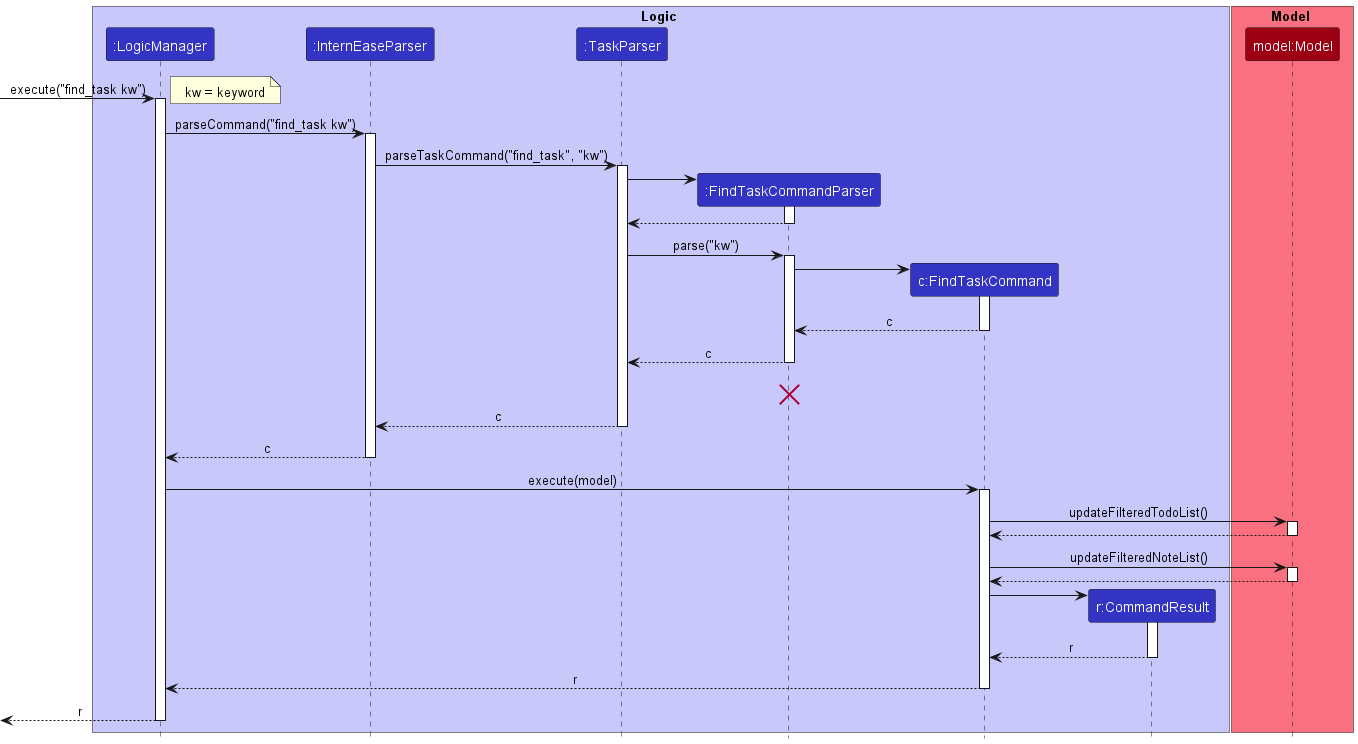
Above: docs/images/FindTaskSequenceDiagram.png in nus-cs2103-AY2223S2/tp (PlantUML), before the change.
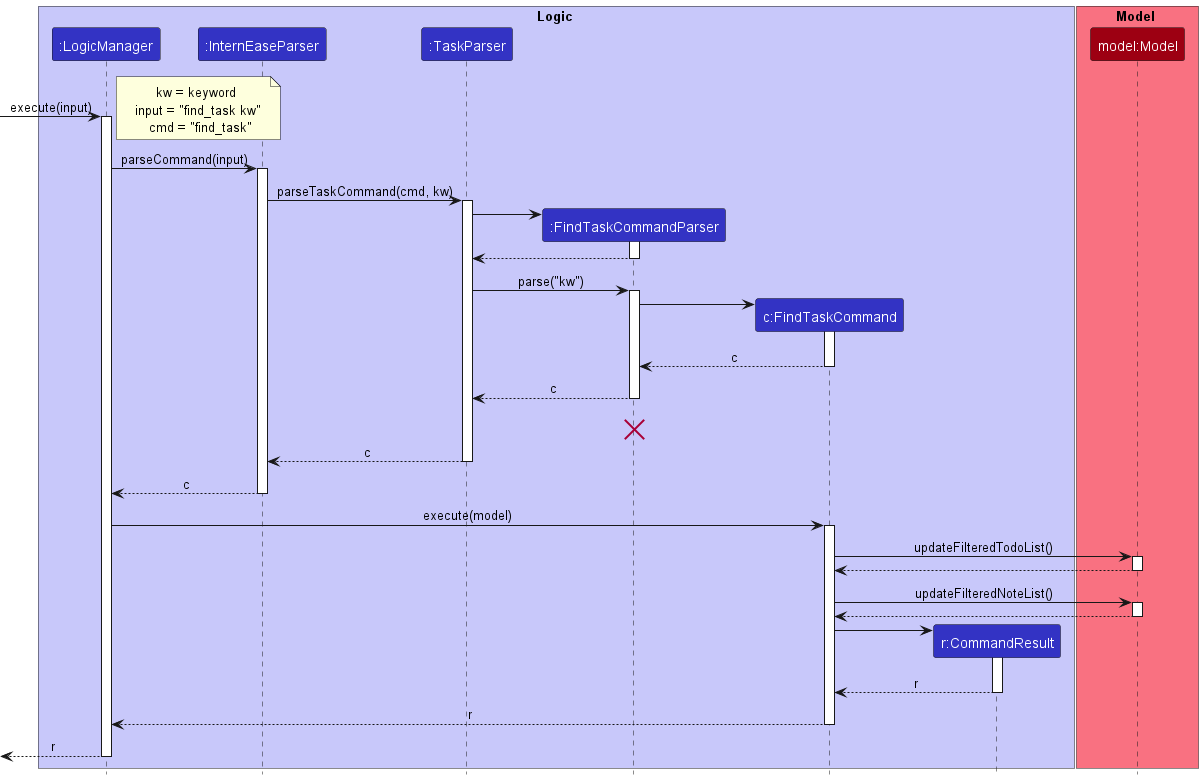
After the commit.

Change to the diagram source:
```diff
@@ -14,14 +14,14 @@
 participant "model:Model" as Model MODEL_COLOR
 end box
 
-[-> LogicManager : execute("find_task kw")
+[-> LogicManager : execute(input)
 activate LogicManager
 
-note right: kw = keyword
-LogicManager -> InternEaseParser : parseCommand("find_task kw")
+note right: kw = keyword \n input = "find_task kw" \n cmd = "find_task"
+LogicManager -> InternEaseParser : parseCommand(input)
 activate InternEaseParser
 
-InternEaseParser -> TaskParser : parseTaskCommand("find_task", "kw")
+InternEaseParser -> TaskParser : parseTaskCommand(cmd, kw)
 activate TaskParser
 
 create FindTaskCommandParser
```
